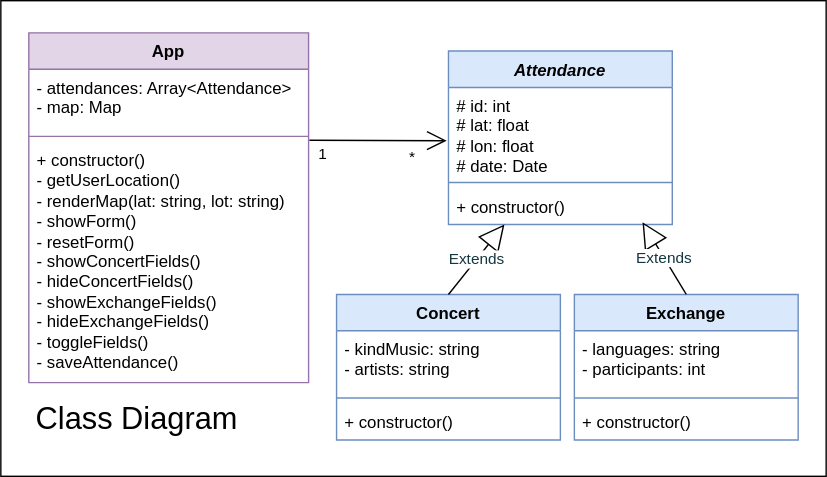
josenavarrohub/vanilla-js-eventify keeps this draw.io diagram as class-diagram.drawio.svg. Above is the earlier version. Source tidied: cells renumbered, new cells last; positions are measured from the earlier drawing's top-left corner, leaving out a move shared by most shapes.
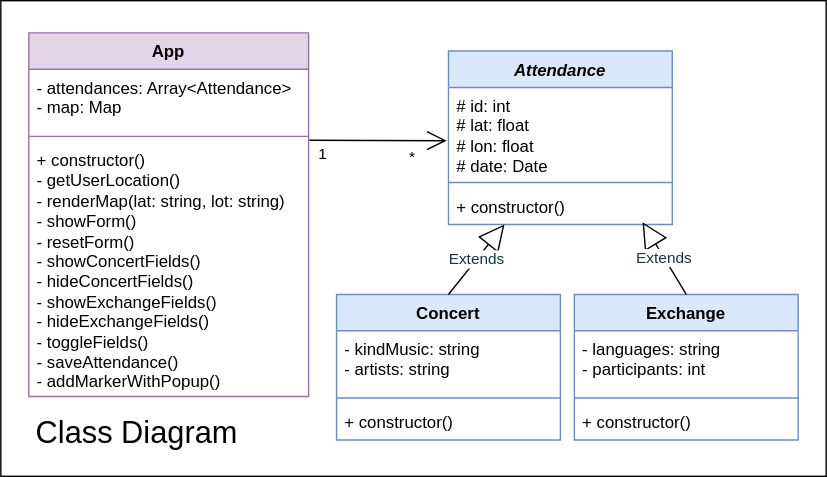
Later version of the same file.

Change to the diagram source:
```diff
@@ -6,7 +6,7 @@
       <mxGeometry width="590" height="340" as="geometry" />
     </mxCell>
     <mxCell id="3" value="Class Diagram" style="text;html=1;strokeColor=none;fillColor=none;align=center;verticalAlign=middle;whiteSpace=wrap;rounded=0;fontSize=22;" parent="1" vertex="1">
-      <mxGeometry x="10" y="280" width="175" height="40" as="geometry" />
+      <mxGeometry x="10" y="290" width="175" height="40" as="geometry" />
     </mxCell>
     <mxCell id="4" value="&lt;i&gt;Attendance&lt;/i&gt;" style="swimlane;fontStyle=1;align=center;verticalAlign=top;horizontal=1;startSize=26;whiteSpace=wrap;html=1;swimlaneLine=1;fillColor=#dae8fc;strokeColor=#6c8ebf;" parent="1" vertex="1">
       <mxGeometry x="320" y="36" width="160" height="124" as="geometry" />
@@ -51,7 +51,7 @@
       <mxGeometry relative="1" as="geometry" />
     </mxCell>
     <mxCell id="18" value="App" style="swimlane;fontStyle=1;align=center;verticalAlign=top;horizontal=1;startSize=26;whiteSpace=wrap;html=1;swimlaneLine=1;fillColor=#e1d5e7;strokeColor=#9673a6;" parent="1" vertex="1">
-      <mxGeometry x="20" y="23" width="200" height="250" as="geometry" />
+      <mxGeometry x="20" y="23" width="200" height="260" as="geometry" />
     </mxCell>
     <mxCell id="19" value="- attendances: Array&amp;lt;Attendance&amp;gt;&lt;br&gt;- map: Map" style="text;strokeColor=none;fillColor=none;align=left;verticalAlign=top;spacingLeft=4;spacingRight=4;overflow=hidden;whiteSpace=wrap;html=1;" parent="18" vertex="1">
       <mxGeometry y="26" width="200" height="44" as="geometry" />
@@ -59,8 +59,8 @@
     <mxCell id="20" style="line;strokeWidth=1;fillColor=none;align=left;verticalAlign=middle;spacingTop=-1;spacingLeft=3;spacingRight=3;labelPosition=right;strokeColor=inherit;" parent="18" vertex="1">
       <mxGeometry y="70" width="200" height="8" as="geometry" />
     </mxCell>
-    <mxCell id="21" value="+ constructor()&lt;br&gt;- getUserLocation()&lt;br&gt;- renderMap(lat: string, lot: string)&lt;br&gt;- showForm()&lt;br&gt;- resetForm()&lt;br&gt;- showConcertFields()&lt;br&gt;- hideConcertFields()&lt;br&gt;- showExchangeFields()&lt;br&gt;- hideExchangeFields()&lt;br&gt;- toggleFields()&lt;br&gt;- saveAttendance()" style="text;strokeColor=none;fillColor=none;align=left;verticalAlign=top;spacingLeft=4;spacingRight=4;overflow=hidden;points=[[0,0.5],[1,0.5]];portConstraint=eastwest;whiteSpace=wrap;html=1;" parent="18" vertex="1">
-      <mxGeometry y="78" width="200" height="172" as="geometry" />
+    <mxCell id="21" value="+ constructor()&lt;br&gt;- getUserLocation()&lt;br&gt;- renderMap(lat: string, lot: string)&lt;br&gt;- showForm()&lt;br&gt;- resetForm()&lt;br&gt;- showConcertFields()&lt;br&gt;- hideConcertFields()&lt;br&gt;- showExchangeFields()&lt;br&gt;- hideExchangeFields()&lt;br&gt;- toggleFields()&lt;br&gt;- saveAttendance()&lt;br&gt;-&amp;nbsp;addMarkerWithPopup()" style="text;strokeColor=none;fillColor=none;align=left;verticalAlign=top;spacingLeft=4;spacingRight=4;overflow=hidden;points=[[0,0.5],[1,0.5]];portConstraint=eastwest;whiteSpace=wrap;html=1;" parent="18" vertex="1">
+      <mxGeometry y="78" width="200" height="182" as="geometry" />
     </mxCell>
     <mxCell id="22" style="endArrow=open;endFill=1;endSize=12;html=1;rounded=0;exitX=1.003;exitY=-0.007;exitDx=0;exitDy=0;exitPerimeter=0;entryX=-0.008;entryY=0.595;entryDx=0;entryDy=0;entryPerimeter=0;" parent="1" edge="1" source="21" target="5">
       <mxGeometry relative="1" as="geometry" />
```
